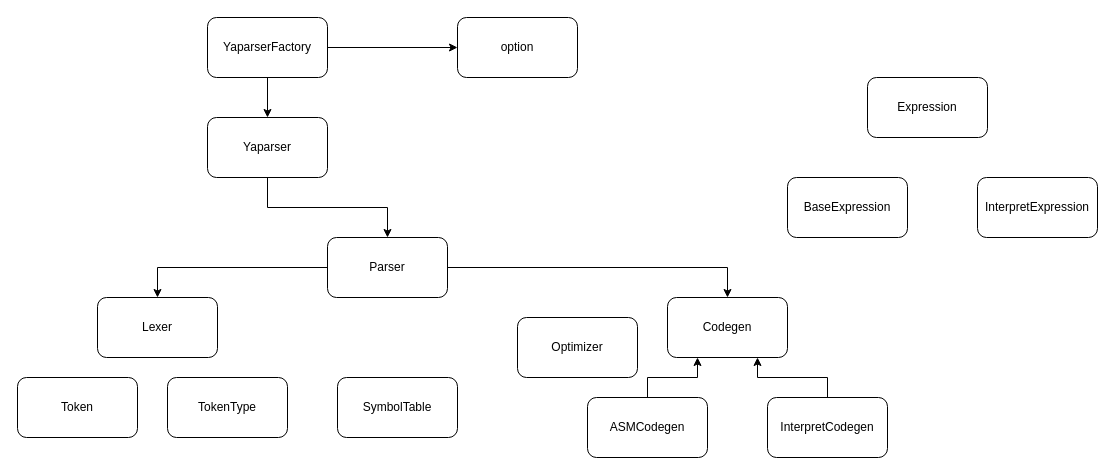
hanzhihua/webx.studio keeps this draw.io diagram as yaparser.drawio. Above is the earlier version. Source tidied: cells renumbered, new cells numbered last; positions are measured from the earlier drawing's top-left corner, leaving out a move shared by most shapes. Both pictures are drawn from the tidied source at 100%, with x=0, y=0 at pixel (17, 17).
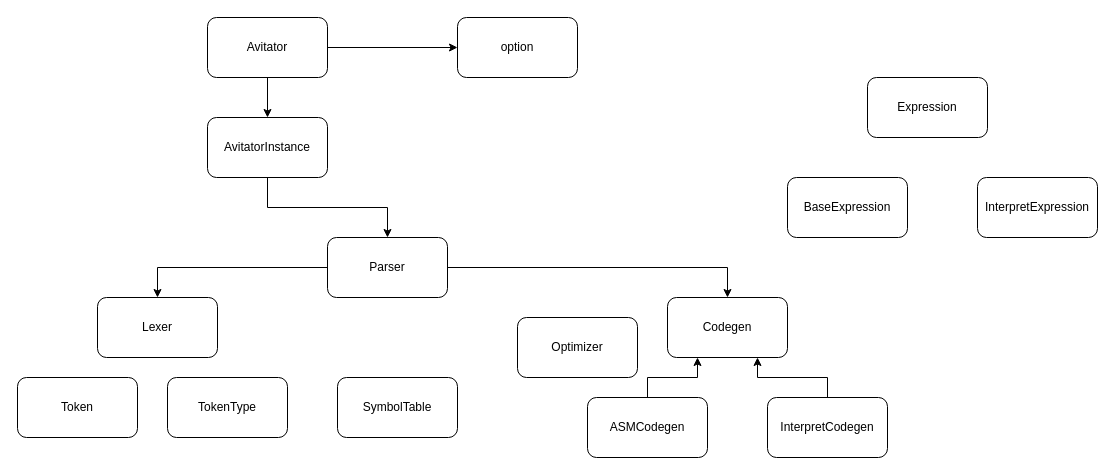
The same page after the edit.

Diff of the diagram source:
```diff
@@
-    <mxCell id="3" value="Yaparser" style="rounded=1;whiteSpace=wrap;html=1;" parent="1" vertex="1">
+    <mxCell id="3" value="AvitatorInstance" style="rounded=1;whiteSpace=wrap;html=1;" parent="1" vertex="1">
       <mxGeometry x="190" y="100" width="120" height="60" as="geometry" />
     </mxCell>
@@
-    <mxCell id="6" value="YaparserFactory" style="rounded=1;whiteSpace=wrap;html=1;" parent="1" vertex="1">
+    <mxCell id="6" value="Avitator" style="rounded=1;whiteSpace=wrap;html=1;" parent="1" vertex="1">
       <mxGeometry x="190" width="120" height="60" as="geometry" />
     </mxCell>
```
